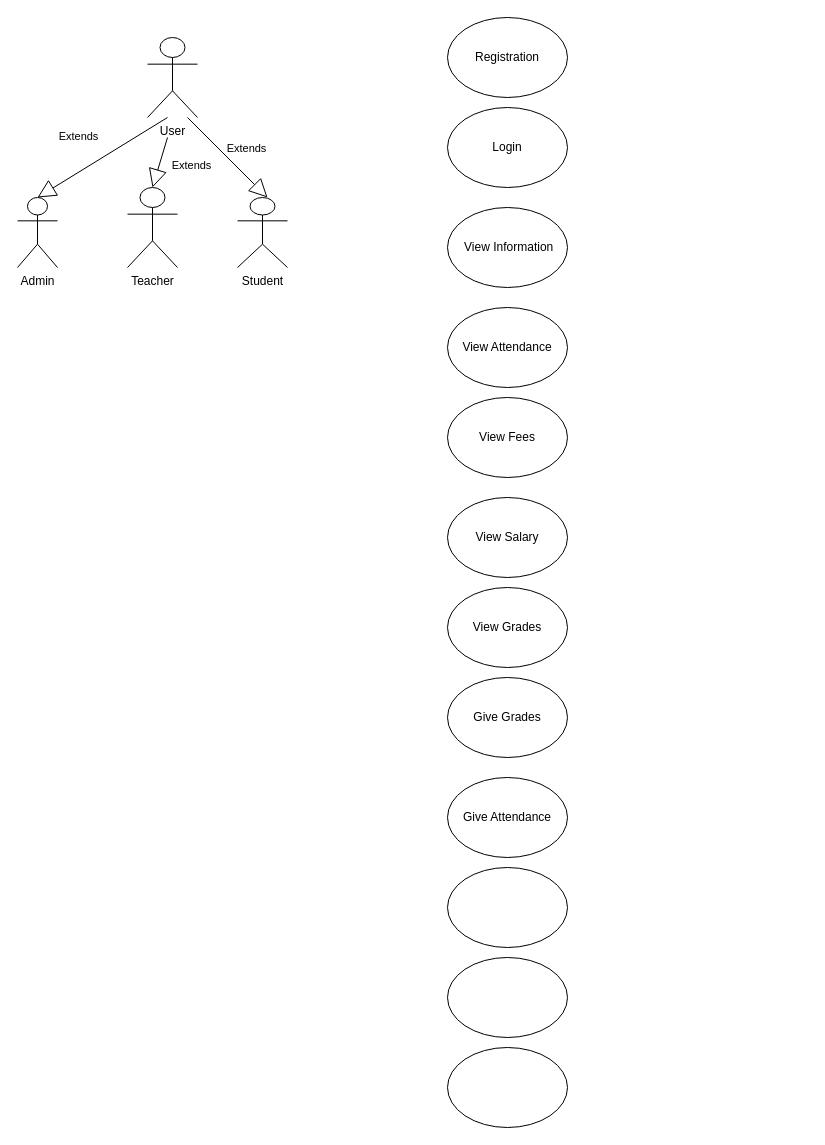
Earlier version of the draw.io diagram Project Design/Use Case Diagram.drawio (akifzahin/Java-School-Management-System). Source tidied: cells renumbered, new cells numbered last; positions are measured from the earlier drawing's top-left corner, leaving out a move shared by most shapes. Both pictures are drawn from the tidied source at 100%, with x=0, y=0 at pixel (17, 17).
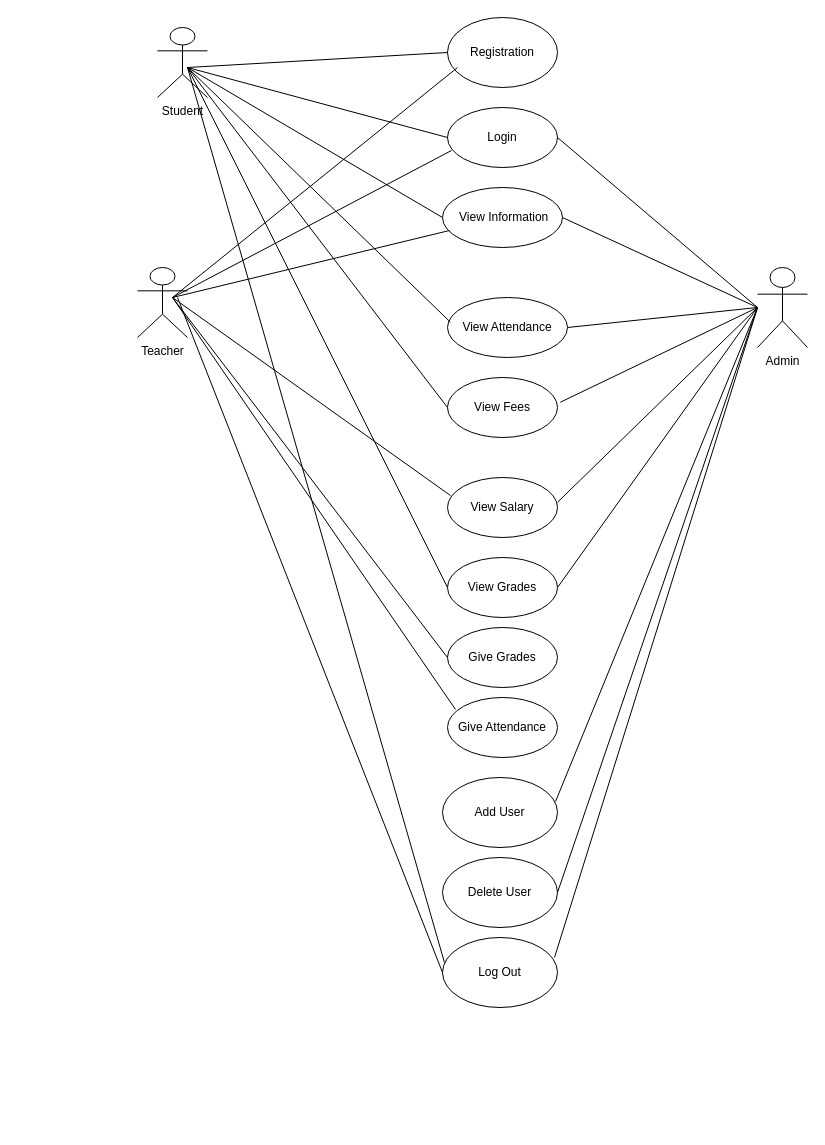
After the change.

Commit message:
Updated Use Case Code

The edit, as a diff of the source:
```diff
@@
     <mxCell id="2" value="Registration" style="ellipse;whiteSpace=wrap;html=1;" parent="1" vertex="1">
-      <mxGeometry x="430" width="120" height="80" as="geometry" />
+      <mxGeometry x="430" width="110" height="70" as="geometry" />
     </mxCell>
     <mxCell id="3" value="Login" style="ellipse;whiteSpace=wrap;html=1;" parent="1" vertex="1">
-      <mxGeometry x="430" y="90" width="120" height="80" as="geometry" />
+      <mxGeometry x="430" y="90" width="110" height="60" as="geometry" />
     </mxCell>
     <mxCell id="4" value="&amp;nbsp;View Information" style="ellipse;whiteSpace=wrap;html=1;" parent="1" vertex="1">
-      <mxGeometry x="430" y="190" width="120" height="80" as="geometry" />
+      <mxGeometry x="425" y="170" width="120" height="60" as="geometry" />
     </mxCell>
     <mxCell id="5" value="View Attendance" style="ellipse;whiteSpace=wrap;html=1;" parent="1" vertex="1">
-      <mxGeometry x="430" y="290" width="120" height="80" as="geometry" />
+      <mxGeometry x="430" y="280" width="120" height="60" as="geometry" />
     </mxCell>
     <mxCell id="6" value="View Fees" style="ellipse;whiteSpace=wrap;html=1;" parent="1" vertex="1">
-      <mxGeometry x="430" y="380" width="120" height="80" as="geometry" />
+      <mxGeometry x="430" y="360" width="110" height="60" as="geometry" />
     </mxCell>
-    <mxCell id="7" value="User" style="shape=umlActor;verticalLabelPosition=bottom;verticalAlign=top;html=1;" parent="1" vertex="1">
-      <mxGeometry x="130" y="20" width="50" height="80" as="geometry" />
-    </mxCell>
-    <mxCell id="8" value="Extends" style="endArrow=block;endSize=16;endFill=0;html=1;rounded=0;" parent="1" edge="1">
-      <mxGeometry x="0.13" y="-31" relative="1" as="geometry">
-        <mxPoint x="150" y="100" as="sourcePoint" />
-        <mxPoint x="20" y="180" as="targetPoint" />
-      </mxGeometry>
-    </mxCell>
-    <mxCell id="9" value="Extends" style="endArrow=block;endSize=16;endFill=0;html=1;rounded=0;" parent="1" edge="1">
-      <mxGeometry x="0.14" y="20" relative="1" as="geometry">
-        <mxPoint x="170" y="100" as="sourcePoint" />
-        <mxPoint x="250" y="180" as="targetPoint" />
-      </mxGeometry>
-    </mxCell>
     <mxCell id="10" value="Admin" style="shape=umlActor;verticalLabelPosition=bottom;verticalAlign=top;html=1;" parent="1" vertex="1">
-      <mxGeometry y="180" width="40" height="70" as="geometry" />
+      <mxGeometry x="740" y="250" width="50" height="80" as="geometry" />
     </mxCell>
     <mxCell id="11" value="Student" style="shape=umlActor;verticalLabelPosition=bottom;verticalAlign=top;html=1;" parent="1" vertex="1">
-      <mxGeometry x="220" y="180" width="50" height="70" as="geometry" />
+      <mxGeometry x="140" y="10" width="50" height="70" as="geometry" />
     </mxCell>
-    <mxCell id="12" value="Teacher&lt;br&gt;" style="shape=umlActor;verticalLabelPosition=bottom;verticalAlign=top;html=1;" parent="1" vertex="1">
-      <mxGeometry x="110" y="170" width="50" height="80" as="geometry" />
-    </mxCell>
-    <mxCell id="13" value="Extends" style="endArrow=block;endSize=16;endFill=0;html=1;rounded=0;entryX=0.5;entryY=0;entryDx=0;entryDy=0;entryPerimeter=0;" parent="1" edge="1" target="12">
-      <mxGeometry x="-0.23" y="31" relative="1" as="geometry">
-        <mxPoint x="150" y="120" as="sourcePoint" />
-      </mxGeometry>
-    </mxCell>
     <mxCell id="14" value="View Salary" style="ellipse;whiteSpace=wrap;html=1;" parent="1" vertex="1">
-      <mxGeometry x="430" y="480" width="120" height="80" as="geometry" />
+      <mxGeometry x="430" y="460" width="110" height="60" as="geometry" />
     </mxCell>
     <mxCell id="15" value="View Grades" style="ellipse;whiteSpace=wrap;html=1;" parent="1" vertex="1">
-      <mxGeometry x="430" y="570" width="120" height="80" as="geometry" />
+      <mxGeometry x="430" y="540" width="110" height="60" as="geometry" />
     </mxCell>
     <mxCell id="16" value="Give Grades" style="ellipse;whiteSpace=wrap;html=1;" parent="1" vertex="1">
-      <mxGeometry x="430" y="660" width="120" height="80" as="geometry" />
+      <mxGeometry x="430" y="610" width="110" height="60" as="geometry" />
     </mxCell>
     <mxCell id="17" value="Give Attendance" style="ellipse;whiteSpace=wrap;html=1;" parent="1" vertex="1">
-      <mxGeometry x="430" y="760" width="120" height="80" as="geometry" />
+      <mxGeometry x="430" y="680" width="110" height="60" as="geometry" />
     </mxCell>
-    <mxCell id="18" style="ellipse;whiteSpace=wrap;html=1;" parent="1" vertex="1">
-      <mxGeometry x="430" y="850" width="120" height="80" as="geometry" />
+    <mxCell id="18" value="Add User" style="ellipse;whiteSpace=wrap;html=1;" parent="1" vertex="1">
+      <mxGeometry x="425" y="760" width="115" height="70" as="geometry" />
     </mxCell>
-    <mxCell id="19" style="ellipse;whiteSpace=wrap;html=1;" parent="1" vertex="1">
-      <mxGeometry x="430" y="940" width="120" height="80" as="geometry" />
+    <mxCell id="19" value="Delete User" style="ellipse;whiteSpace=wrap;html=1;" parent="1" vertex="1">
+      <mxGeometry x="425" y="840" width="115" height="70" as="geometry" />
     </mxCell>
-    <mxCell id="20" style="ellipse;whiteSpace=wrap;html=1;" parent="1" vertex="1">
-      <mxGeometry x="430" y="1030" width="120" height="80" as="geometry" />
-    </mxCell>
+    <mxCell id="21" style="endArrow=none;html=1;rounded=0;entryX=0;entryY=0.5;entryDx=0;entryDy=0;" parent="1" edge="1" target="2">
+      <mxGeometry relative="1" as="geometry">
+        <mxPoint x="170" y="50" as="sourcePoint" />
+      </mxGeometry>
+    </mxCell>
+    <mxCell id="22" style="endArrow=none;html=1;rounded=0;entryX=0;entryY=0.5;entryDx=0;entryDy=0;" parent="1" edge="1" target="3">
+      <mxGeometry relative="1" as="geometry">
+        <mxPoint x="170" y="50" as="sourcePoint" />
+      </mxGeometry>
+    </mxCell>
+    <mxCell id="23" style="endArrow=none;html=1;rounded=0;entryX=0;entryY=0.5;entryDx=0;entryDy=0;" parent="1" edge="1" target="4">
+      <mxGeometry relative="1" as="geometry">
+        <mxPoint x="170" y="50" as="sourcePoint" />
+      </mxGeometry>
+    </mxCell>
+    <mxCell id="24" style="endArrow=none;html=1;rounded=0;entryX=0.025;entryY=0.413;entryDx=0;entryDy=0;entryPerimeter=0;" parent="1" edge="1" target="5">
+      <mxGeometry relative="1" as="geometry">
+        <mxPoint x="170" y="50" as="sourcePoint" />
+      </mxGeometry>
+    </mxCell>
+    <mxCell id="25" style="endArrow=none;html=1;rounded=0;entryX=0;entryY=0.5;entryDx=0;entryDy=0;" parent="1" edge="1" target="6">
+      <mxGeometry relative="1" as="geometry">
+        <mxPoint x="170" y="50" as="sourcePoint" />
+      </mxGeometry>
+    </mxCell>
+    <mxCell id="26" style="endArrow=none;html=1;rounded=0;entryX=0;entryY=0.5;entryDx=0;entryDy=0;" parent="1" edge="1" target="15">
+      <mxGeometry relative="1" as="geometry">
+        <mxPoint x="170" y="50" as="sourcePoint" />
+      </mxGeometry>
+    </mxCell>
+    <mxCell id="27" style="endArrow=none;html=1;rounded=0;exitX=0.5;exitY=0.5;exitDx=0;exitDy=0;exitPerimeter=0;entryX=0;entryY=0.5;entryDx=0;entryDy=0;" parent="1" edge="1" target="16">
+      <mxGeometry relative="1" as="geometry">
+        <mxPoint x="155" y="280" as="sourcePoint" />
+      </mxGeometry>
+    </mxCell>
+    <mxCell id="28" style="endArrow=none;html=1;rounded=0;entryX=0.073;entryY=0.2;entryDx=0;entryDy=0;entryPerimeter=0;" parent="1" edge="1" target="17">
+      <mxGeometry relative="1" as="geometry">
+        <mxPoint x="155" y="280" as="sourcePoint" />
+      </mxGeometry>
+    </mxCell>
+    <mxCell id="29" style="endArrow=none;html=1;rounded=0;exitX=1;exitY=0.5;exitDx=0;exitDy=0;" parent="1" edge="1" source="3">
+      <mxGeometry relative="1" as="geometry">
+        <mxPoint x="740" y="290" as="targetPoint" />
+      </mxGeometry>
+    </mxCell>
+    <mxCell id="30" style="endArrow=none;html=1;rounded=0;exitX=1;exitY=0.5;exitDx=0;exitDy=0;" parent="1" edge="1" source="4">
+      <mxGeometry relative="1" as="geometry">
+        <mxPoint x="740" y="290" as="targetPoint" />
+      </mxGeometry>
+    </mxCell>
+    <mxCell id="31" style="endArrow=none;html=1;rounded=0;exitX=1;exitY=0.5;exitDx=0;exitDy=0;" parent="1" edge="1" source="5">
+      <mxGeometry relative="1" as="geometry">
+        <mxPoint x="740" y="290" as="targetPoint" />
+      </mxGeometry>
+    </mxCell>
+    <mxCell id="32" style="endArrow=none;html=1;rounded=0;exitX=1.025;exitY=0.413;exitDx=0;exitDy=0;exitPerimeter=0;" parent="1" edge="1" source="6">
+      <mxGeometry relative="1" as="geometry">
+        <mxPoint x="740" y="290" as="targetPoint" />
+      </mxGeometry>
+    </mxCell>
+    <mxCell id="33" style="endArrow=none;html=1;rounded=0;exitX=0.5;exitY=0.5;exitDx=0;exitDy=0;exitPerimeter=0;" parent="1" edge="1">
+      <mxGeometry relative="1" as="geometry">
+        <mxPoint x="155" y="280" as="sourcePoint" />
+        <mxPoint x="440" y="50" as="targetPoint" />
+      </mxGeometry>
+    </mxCell>
+    <mxCell id="34" style="endArrow=none;html=1;rounded=0;exitX=1;exitY=0.413;exitDx=0;exitDy=0;exitPerimeter=0;" parent="1" edge="1" source="14">
+      <mxGeometry relative="1" as="geometry">
+        <mxPoint x="740" y="290" as="targetPoint" />
+      </mxGeometry>
+    </mxCell>
+    <mxCell id="35" style="endArrow=none;html=1;rounded=0;exitX=1;exitY=0.5;exitDx=0;exitDy=0;" parent="1" edge="1" source="15">
+      <mxGeometry relative="1" as="geometry">
+        <mxPoint x="740" y="290" as="targetPoint" />
+      </mxGeometry>
+    </mxCell>
+    <mxCell id="36" style="endArrow=none;html=1;rounded=0;exitX=0.983;exitY=0.343;exitDx=0;exitDy=0;exitPerimeter=0;" parent="1" edge="1" source="18">
+      <mxGeometry relative="1" as="geometry">
+        <mxPoint x="740" y="290" as="targetPoint" />
+      </mxGeometry>
+    </mxCell>
+    <mxCell id="37" style="endArrow=none;html=1;rounded=0;exitX=1;exitY=0.5;exitDx=0;exitDy=0;" parent="1" edge="1" source="19">
+      <mxGeometry relative="1" as="geometry">
+        <mxPoint x="740" y="290" as="targetPoint" />
+      </mxGeometry>
+    </mxCell>
+    <mxCell id="38" style="endArrow=none;html=1;rounded=0;entryX=0.036;entryY=0.717;entryDx=0;entryDy=0;entryPerimeter=0;exitX=0.5;exitY=0.5;exitDx=0;exitDy=0;exitPerimeter=0;" parent="1" edge="1" target="3">
+      <mxGeometry relative="1" as="geometry">
+        <mxPoint x="155" y="280" as="sourcePoint" />
+      </mxGeometry>
+    </mxCell>
+    <mxCell id="39" style="endArrow=none;html=1;rounded=0;entryX=0.058;entryY=0.717;entryDx=0;entryDy=0;entryPerimeter=0;exitX=0.5;exitY=0.5;exitDx=0;exitDy=0;exitPerimeter=0;" parent="1" edge="1" target="4">
+      <mxGeometry relative="1" as="geometry">
+        <mxPoint x="155" y="280" as="sourcePoint" />
+      </mxGeometry>
+    </mxCell>
+    <mxCell id="40" style="endArrow=none;html=1;rounded=0;exitX=0.5;exitY=0.5;exitDx=0;exitDy=0;exitPerimeter=0;entryX=0.027;entryY=0.3;entryDx=0;entryDy=0;entryPerimeter=0;" parent="1" edge="1" target="14">
+      <mxGeometry relative="1" as="geometry">
+        <mxPoint x="155" y="280" as="sourcePoint" />
+      </mxGeometry>
+    </mxCell>
+    <mxCell id="41" value="Log Out" style="ellipse;whiteSpace=wrap;html=1;" parent="1" vertex="1">
+      <mxGeometry x="425" y="920" width="115" height="70" as="geometry" />
+    </mxCell>
+    <mxCell id="42" style="endArrow=none;html=1;rounded=0;entryX=0.017;entryY=0.357;entryDx=0;entryDy=0;entryPerimeter=0;" parent="1" edge="1" target="41">
+      <mxGeometry relative="1" as="geometry">
+        <mxPoint x="170" y="50" as="sourcePoint" />
+      </mxGeometry>
+    </mxCell>
+    <mxCell id="43" style="endArrow=none;html=1;rounded=0;entryX=0;entryY=0.5;entryDx=0;entryDy=0;" parent="1" edge="1" target="41">
+      <mxGeometry relative="1" as="geometry">
+        <mxPoint x="160" y="280" as="sourcePoint" />
+      </mxGeometry>
+    </mxCell>
+    <mxCell id="44" style="endArrow=none;html=1;rounded=0;exitX=0.974;exitY=0.286;exitDx=0;exitDy=0;exitPerimeter=0;" parent="1" edge="1" source="41">
+      <mxGeometry relative="1" as="geometry">
+        <mxPoint x="740" y="290" as="targetPoint" />
+      </mxGeometry>
+    </mxCell>
+    <mxCell id="12" value="Teacher" style="shape=umlActor;verticalLabelPosition=bottom;verticalAlign=top;html=1;" parent="1" vertex="1">
+      <mxGeometry x="120" y="250" width="50" height="70" as="geometry" />
+    </mxCell>
```
